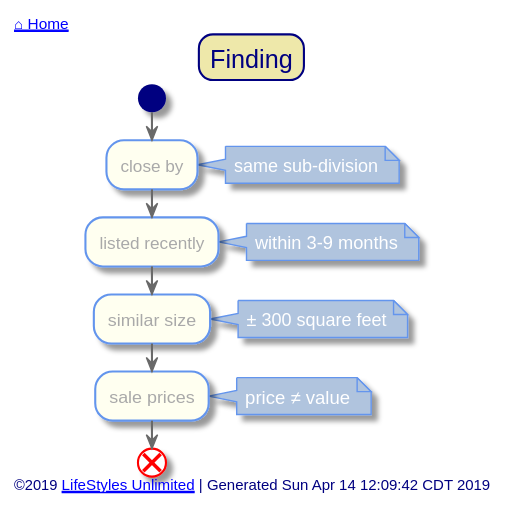
The PlantUML diagram out/src/single-family/finding.svg in toddmo/lifestylesunlimited, before a commit.
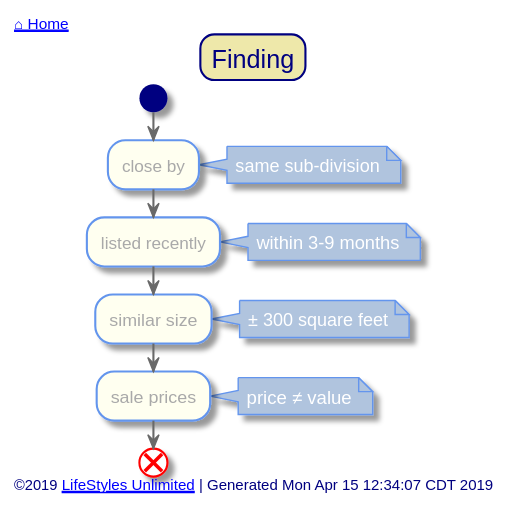
Above is the later version.

Change to the diagram source:
```diff
@@ -87,7 +87,7 @@
 	end
 
 left footer
-	©2019 [[http://www.lifestylesunlimited.com LifeStyles Unlimited]] | Generated Sun Apr 14 12:09:42 CDT 2019
+	©2019 [[http://www.lifestylesunlimited.com LifeStyles Unlimited]] | Generated Mon Apr 15 12:34:07 CDT 2019
 endfooter
 
 
```
